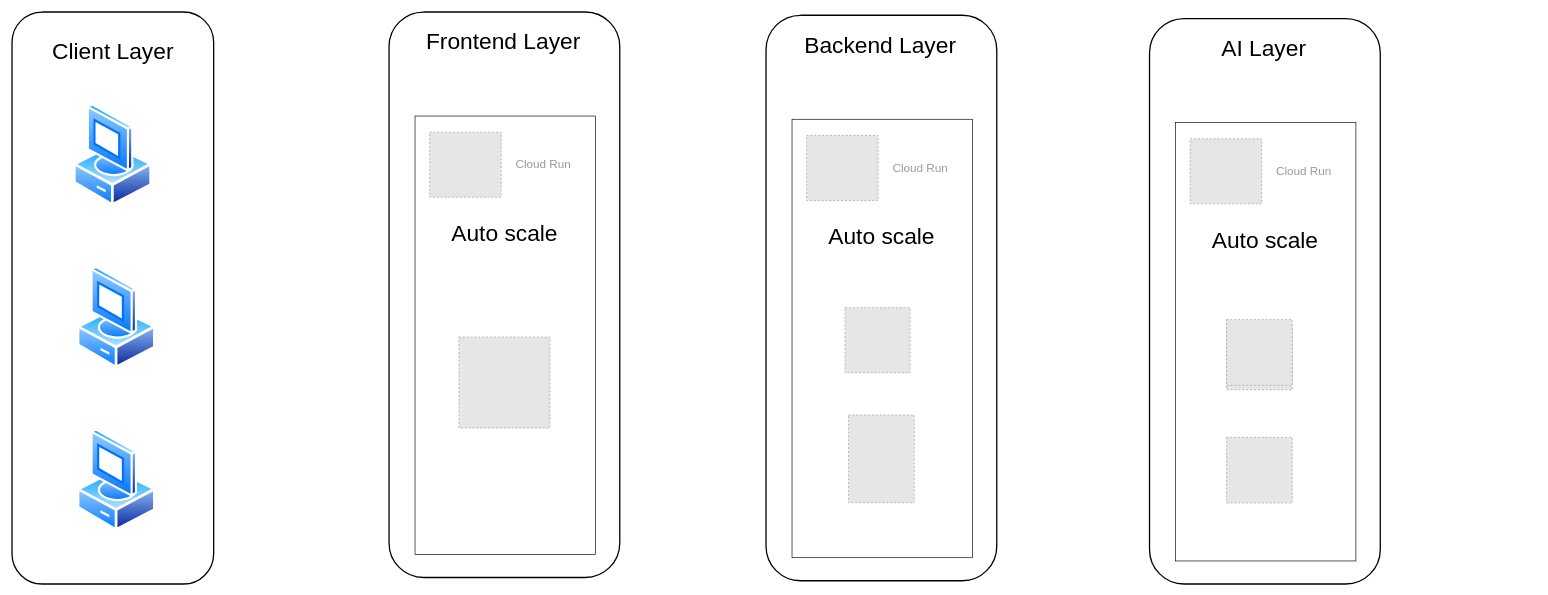
Above: asa-minang-techno.drawio in aldovadev/aldovadev (draw.io), before the change. Source tidied: cells renumbered, new cells numbered last; positions are measured from the earlier drawing's top-left corner, leaving out a move shared by most shapes. Both pictures are drawn from the tidied source at 65%, with x=0, y=0 at pixel (12, 12). Pictures stored in the file or linked from it are replaced by grey dashed boxes.
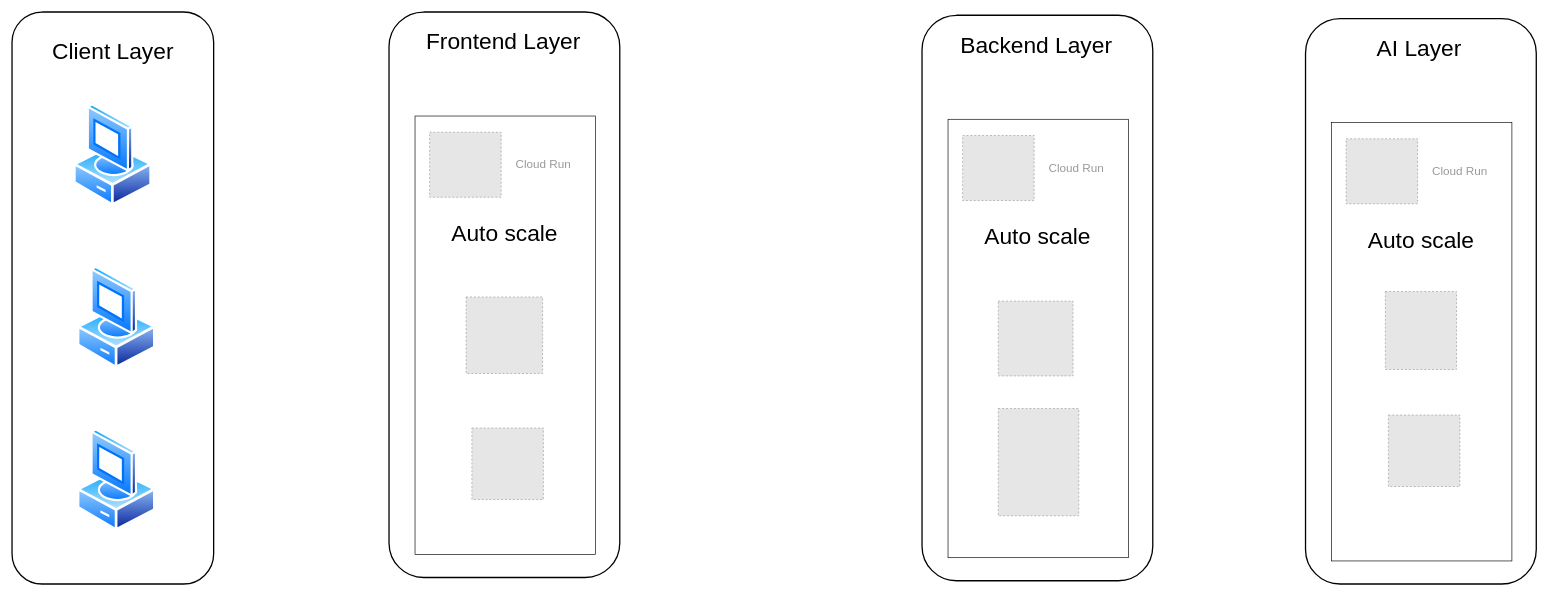
Above is the later version.

Unchanged cells that the change refers to:
```xml
<mxCell id="9" style="shadow=0;strokeWidth=1;rounded=1;absoluteArcSize=1;arcSize=2;opacity=0;" parent="1" vertex="1">
  <mxGeometry x="627.5" y="170" width="270" height="664.5" as="geometry" />
</mxCell>
```

What changed in the source:
```diff
@@
     <mxCell id="12" style="fillColor=#E6E6E6;strokeColor=#999999;dashed=1;html=1;verticalAlign=top;verticalLabelPosition=bottom;labelBackgroundColor=#ffffff;" parent="9" vertex="1">
-      <mxGeometry x="60" y="330" width="140" height="140" as="geometry" />
+      <mxGeometry x="80" y="470" width="110" height="110" as="geometry" />
     </mxCell>
@@
+    <mxCell id="31" style="fillColor=#E6E6E6;strokeColor=#999999;dashed=1;verticalLabelPosition=bottom;labelBackgroundColor=default;verticalAlign=top;" parent="9" vertex="1">
+      <mxGeometry x="71.1" y="268.4" width="117.7" height="117.7" as="geometry" />
+    </mxCell>
     <mxCell id="14" style="rounded=1;whiteSpace=wrap;html=1;fillColor=none;strokeWidth=2;" parent="1" vertex="1">
-      <mxGeometry x="1160" y="5" width="355" height="870" as="geometry" />
+      <mxGeometry x="1400" y="5" width="355" height="870" as="geometry" />
     </mxCell>
     <mxCell id="15" value="&lt;font style=&quot;font-size: 35px;&quot;&gt;Backend Layer&lt;/font&gt;" style="text;html=1;strokeColor=none;fillColor=none;align=center;verticalAlign=middle;whiteSpace=wrap;rounded=0;" parent="1" vertex="1">
-      <mxGeometry x="1207.5" y="5" width="255.9" height="90" as="geometry" />
+      <mxGeometry x="1447.5" y="5" width="255.9" height="90" as="geometry" />
     </mxCell>
     <mxCell id="16" style="shadow=0;strokeWidth=1;rounded=1;absoluteArcSize=1;arcSize=2;opacity=0;" parent="1" vertex="1">
-      <mxGeometry x="1207.5" y="175" width="270" height="664.5" as="geometry" />
+      <mxGeometry x="1447.5" y="175" width="270" height="664.5" as="geometry" />
     </mxCell>
@@
     <mxCell id="19" value="&lt;font style=&quot;font-size: 35px;&quot;&gt;Auto scale&lt;/font&gt;" style="text;html=1;strokeColor=none;fillColor=none;align=center;verticalAlign=middle;whiteSpace=wrap;rounded=0;" parent="16" vertex="1">
-      <mxGeometry y="140" width="260" height="59.4" as="geometry" />
+      <mxGeometry y="140" width="260" height="60" as="geometry" />
     </mxCell>
     <mxCell id="20" style="fillColor=#E6E6E6;strokeColor=#999999;dashed=1;html=1;verticalAlign=top;verticalLabelPosition=bottom;labelBackgroundColor=#ffffff;" parent="16" vertex="1">
-      <mxGeometry x="74" y="279.8" width="100.2" height="100.2" as="geometry" />
+      <mxGeometry x="69.8" y="269.8" width="115" height="115" as="geometry" />
     </mxCell>
     <mxCell id="21" style="fillColor=#E6E6E6;strokeColor=#999999;dashed=1;verticalLabelPosition=bottom;labelBackgroundColor=default;verticalAlign=top;" parent="16" vertex="1">
-      <mxGeometry x="79.4" y="445" width="101.2" height="135" as="geometry" />
+      <mxGeometry x="69.8" y="435" width="123.8" height="165" as="geometry" />
     </mxCell>
     <mxCell id="22" style="rounded=1;whiteSpace=wrap;html=1;fillColor=none;strokeWidth=2;" parent="1" vertex="1">
-      <mxGeometry x="1750" y="10" width="355" height="870" as="geometry" />
+      <mxGeometry x="1990" y="10" width="355" height="870" as="geometry" />
     </mxCell>
     <mxCell id="23" value="&lt;font style=&quot;font-size: 35px;&quot;&gt;AI Layer&lt;/font&gt;" style="text;html=1;strokeColor=none;fillColor=none;align=center;verticalAlign=middle;whiteSpace=wrap;rounded=0;" parent="1" vertex="1">
-      <mxGeometry x="1797.5" y="10" width="255.9" height="90" as="geometry" />
+      <mxGeometry x="2037.5" y="10" width="255.9" height="90" as="geometry" />
     </mxCell>
     <mxCell id="24" style="shadow=0;strokeWidth=1;rounded=1;absoluteArcSize=1;arcSize=2;opacity=0;" parent="1" vertex="1">
-      <mxGeometry x="1797.5" y="180" width="270" height="664.5" as="geometry" />
+      <mxGeometry x="2037.5" y="180" width="270" height="664.5" as="geometry" />
     </mxCell>
@@
-    <mxCell id="27" style="fillColor=#E6E6E6;strokeColor=#999999;dashed=1;html=1;verticalAlign=top;verticalLabelPosition=bottom;labelBackgroundColor=#ffffff;" parent="24" vertex="1">
-      <mxGeometry x="71" y="300" width="101.1" height="101.1" as="geometry" />
-    </mxCell>
-    <mxCell id="28" style="fillColor=#E6E6E6;strokeColor=#999999;dashed=1;html=1;verticalAlign=top;verticalLabelPosition=bottom;labelBackgroundColor=#ffffff;" parent="24" vertex="1">
-      <mxGeometry x="71" y="474.3" width="101.1" height="101.1" as="geometry" />
-    </mxCell>
@@
-    <mxCell id="30" style="fillColor=#E6E6E6;strokeColor=#999999;dashed=1;html=1;verticalAlign=top;verticalLabelPosition=bottom;labelBackgroundColor=#ffffff;" parent="1" vertex="1">
-      <mxGeometry x="1868.5" y="473.2" width="101.1" height="101.1" as="geometry" />
-    </mxCell>
+    <mxCell id="32" style="fillColor=#E6E6E6;strokeColor=#999999;dashed=1;verticalLabelPosition=bottom;labelBackgroundColor=default;verticalAlign=top;" parent="24" vertex="1">
+      <mxGeometry x="80" y="440" width="110" height="110" as="geometry" />
+    </mxCell>
+    <mxCell id="33" style="fillColor=#E6E6E6;strokeColor=#999999;dashed=1;verticalLabelPosition=bottom;labelBackgroundColor=default;verticalAlign=top;" parent="24" vertex="1">
+      <mxGeometry x="75.3" y="250" width="109.5" height="120" as="geometry" />
+    </mxCell>
```
